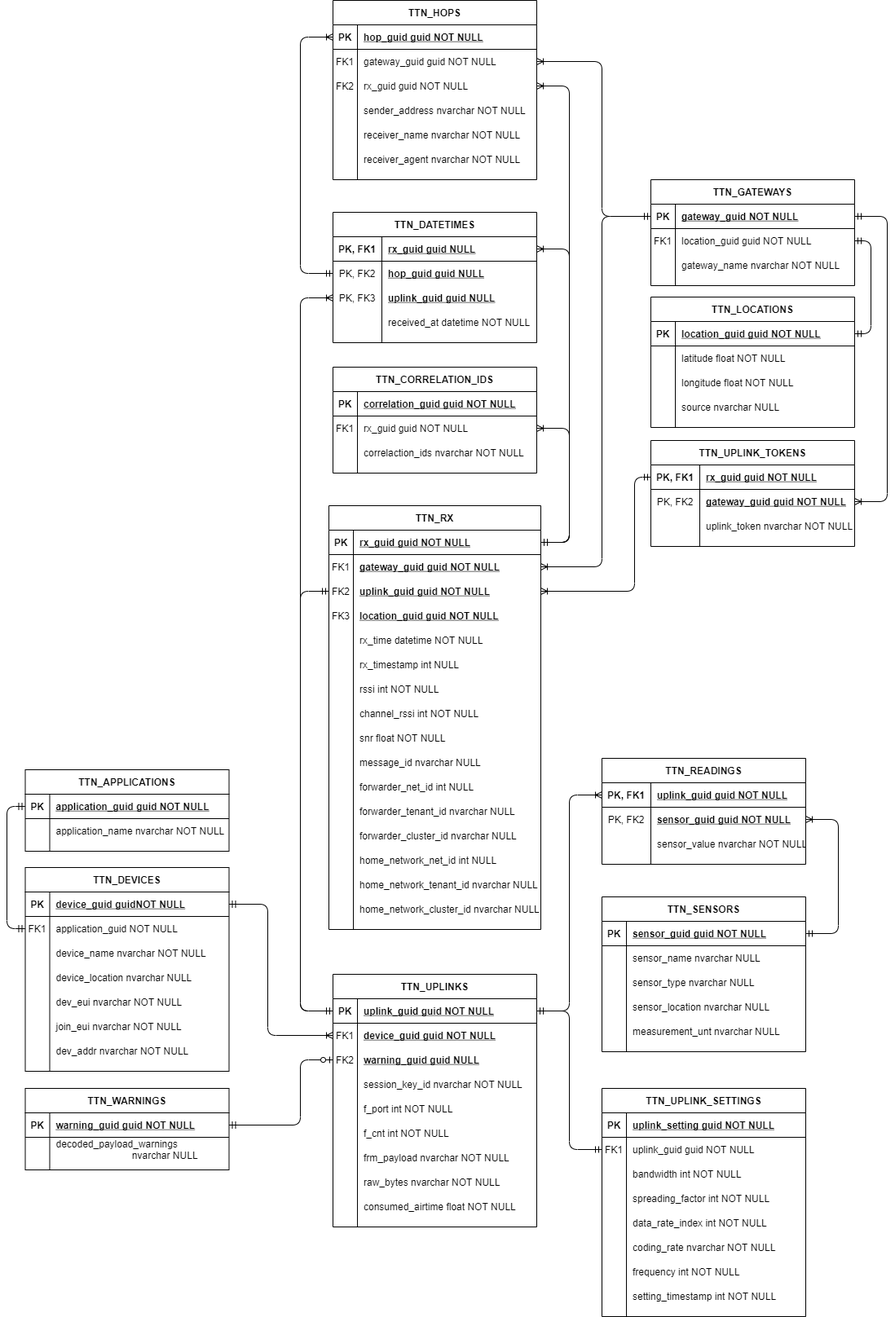
UoS-Living-Lab/living_lab_data_processing keeps this draw.io diagram as TTN/documentation/ERDs-TTN-ERD-FULL.drawio.png. Above is the earlier version. Source tidied: cells renumbered, new cells last; positions are measured from the earlier drawing's top-left corner, leaving out a move shared by most shapes.
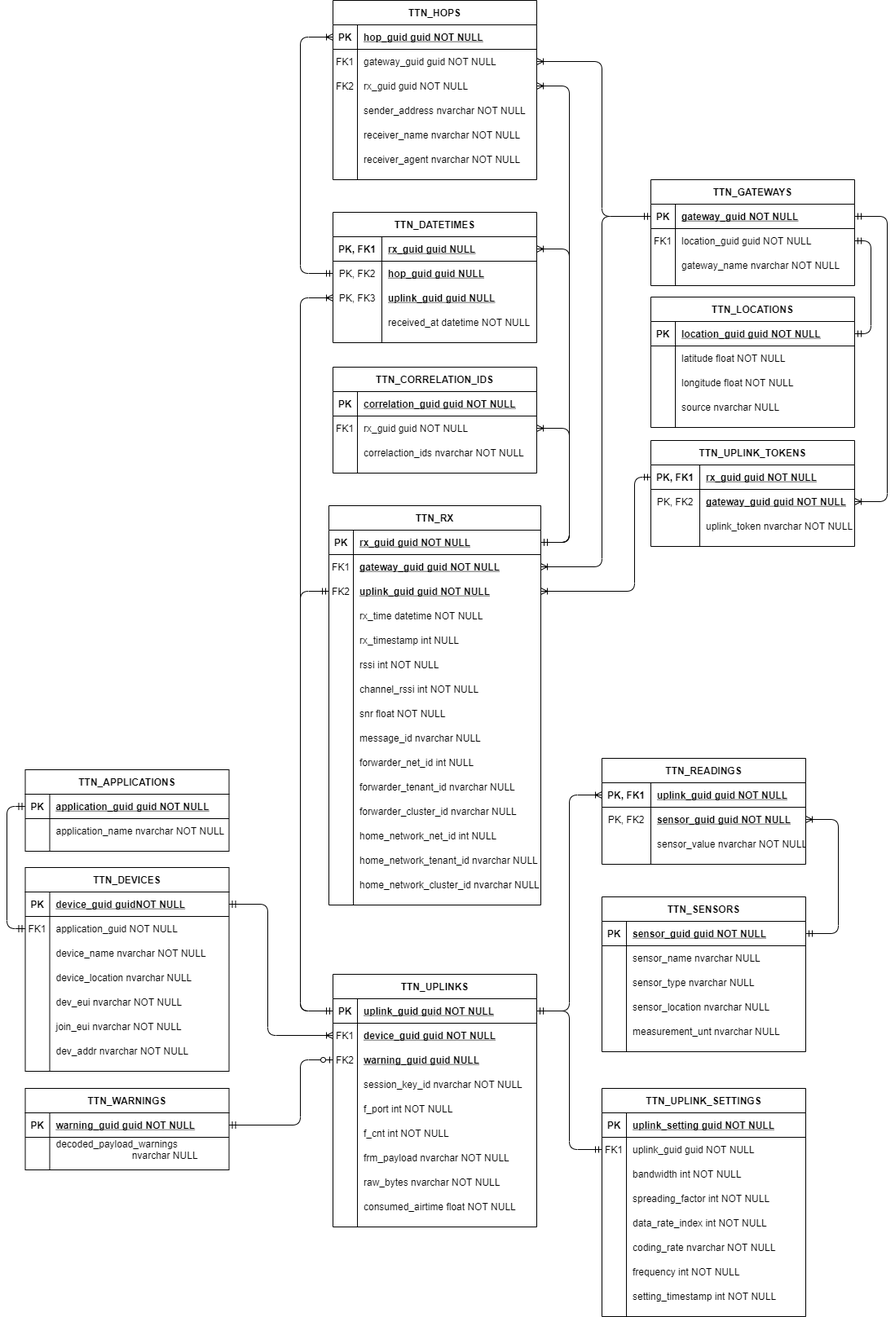
After the commit.

Commit message:
Update ERDs to remove an incorrect entry in RX

Change to the diagram source:
```diff
@@ -169,7 +169,7 @@
       <mxGeometry x="30" width="220" height="30" as="geometry" />
     </mxCell>
     <mxCell id="54" value="TTN_RX" style="shape=table;startSize=30;rowLines=0;fontStyle=1;align=center;" parent="1" vertex="1">
-      <mxGeometry x="395" y="620" width="260" height="520" as="geometry" />
+      <mxGeometry x="395" y="620" width="260" height="490" as="geometry" />
     </mxCell>
     <mxCell id="55" style="shape=partialRectangle;fillColor=none;points=[[0,0.5],[1,0.5]];portConstraint=eastwest;top=0;left=0;right=0;bottom=1;" parent="54" vertex="1">
       <mxGeometry y="30" width="260" height="30" as="geometry" />
@@ -198,17 +198,8 @@
     <mxCell id="63" value="uplink_guid guid NOT NULL" style="shape=partialRectangle;overflow=hidden;fillColor=none;top=0;left=0;bottom=0;right=0;align=left;spacingLeft=6;fontStyle=5;" parent="61" vertex="1">
       <mxGeometry x="30" width="230" height="30" as="geometry" />
     </mxCell>
-    <mxCell id="64" style="shape=partialRectangle;fillColor=none;top=0;left=0;right=0;bottom=0;" parent="54" vertex="1">
-      <mxGeometry y="120" width="260" height="30" as="geometry" />
-    </mxCell>
-    <mxCell id="65" value="FK3" style="shape=partialRectangle;overflow=hidden;fillColor=none;top=0;left=0;bottom=0;right=0;" parent="64" vertex="1">
-      <mxGeometry width="30" height="30" as="geometry" />
-    </mxCell>
-    <mxCell id="66" value="location_guid guid NOT NULL" style="shape=partialRectangle;overflow=hidden;fillColor=none;top=0;left=0;bottom=0;right=0;align=left;spacingLeft=6;fontStyle=5;" parent="64" vertex="1">
-      <mxGeometry x="30" width="230" height="30" as="geometry" />
-    </mxCell>
     <mxCell id="67" style="shape=partialRectangle;fillColor=none;top=0;left=0;right=0;bottom=0;" parent="54" vertex="1">
-      <mxGeometry y="150" width="260" height="30" as="geometry" />
+      <mxGeometry y="120" width="260" height="30" as="geometry" />
     </mxCell>
     <mxCell id="68" style="shape=partialRectangle;overflow=hidden;fillColor=none;top=0;left=0;bottom=0;right=0;" parent="67" vertex="1">
       <mxGeometry width="30" height="30" as="geometry" />
@@ -217,7 +208,7 @@
       <mxGeometry x="30" width="230" height="30" as="geometry" />
     </mxCell>
     <mxCell id="70" style="shape=partialRectangle;fillColor=none;top=0;left=0;right=0;bottom=0;" parent="54" vertex="1">
-      <mxGeometry y="180" width="260" height="30" as="geometry" />
+      <mxGeometry y="150" width="260" height="30" as="geometry" />
     </mxCell>
     <mxCell id="71" style="shape=partialRectangle;overflow=hidden;fillColor=none;top=0;left=0;bottom=0;right=0;" parent="70" vertex="1">
       <mxGeometry width="30" height="30" as="geometry" />
@@ -226,7 +217,7 @@
       <mxGeometry x="30" width="230" height="30" as="geometry" />
     </mxCell>
     <mxCell id="73" style="shape=partialRectangle;fillColor=none;top=0;left=0;right=0;bottom=0;" parent="54" vertex="1">
-      <mxGeometry y="210" width="260" height="30" as="geometry" />
+      <mxGeometry y="180" width="260" height="30" as="geometry" />
     </mxCell>
     <mxCell id="74" style="shape=partialRectangle;overflow=hidden;fillColor=none;top=0;left=0;bottom=0;right=0;" parent="73" vertex="1">
       <mxGeometry width="30" height="30" as="geometry" />
@@ -235,7 +226,7 @@
       <mxGeometry x="30" width="230" height="30" as="geometry" />
     </mxCell>
     <mxCell id="76" style="shape=partialRectangle;fillColor=none;top=0;left=0;right=0;bottom=0;" parent="54" vertex="1">
-      <mxGeometry y="240" width="260" height="30" as="geometry" />
+      <mxGeometry y="210" width="260" height="30" as="geometry" />
     </mxCell>
     <mxCell id="77" style="shape=partialRectangle;overflow=hidden;fillColor=none;top=0;left=0;bottom=0;right=0;" parent="76" vertex="1">
       <mxGeometry width="30" height="30" as="geometry" />
@@ -244,7 +235,7 @@
       <mxGeometry x="30" width="230" height="30" as="geometry" />
     </mxCell>
     <mxCell id="79" style="shape=partialRectangle;fillColor=none;top=0;left=0;right=0;bottom=0;" parent="54" vertex="1">
-      <mxGeometry y="270" width="260" height="30" as="geometry" />
+      <mxGeometry y="240" width="260" height="30" as="geometry" />
     </mxCell>
     <mxCell id="80" style="shape=partialRectangle;overflow=hidden;fillColor=none;top=0;left=0;bottom=0;right=0;" parent="79" vertex="1">
       <mxGeometry width="30" height="30" as="geometry" />
@@ -253,7 +244,7 @@
       <mxGeometry x="30" width="230" height="30" as="geometry" />
     </mxCell>
     <mxCell id="82" style="shape=partialRectangle;fillColor=none;top=0;left=0;right=0;bottom=0;" parent="54" vertex="1">
-      <mxGeometry y="300" width="260" height="30" as="geometry" />
+      <mxGeometry y="270" width="260" height="30" as="geometry" />
     </mxCell>
     <mxCell id="83" style="shape=partialRectangle;overflow=hidden;fillColor=none;top=0;left=0;bottom=0;right=0;" parent="82" vertex="1">
       <mxGeometry width="30" height="30" as="geometry" />
@@ -262,7 +253,7 @@
       <mxGeometry x="30" width="230" height="30" as="geometry" />
     </mxCell>
     <mxCell id="85" style="shape=partialRectangle;fillColor=none;top=0;left=0;right=0;bottom=0;" parent="54" vertex="1">
-      <mxGeometry y="330" width="260" height="30" as="geometry" />
+      <mxGeometry y="300" width="260" height="30" as="geometry" />
     </mxCell>
     <mxCell id="86" style="shape=partialRectangle;overflow=hidden;fillColor=none;top=0;left=0;bottom=0;right=0;" parent="85" vertex="1">
       <mxGeometry width="30" height="30" as="geometry" />
@@ -271,7 +262,7 @@
       <mxGeometry x="30" width="230" height="30" as="geometry" />
     </mxCell>
     <mxCell id="88" style="shape=partialRectangle;fillColor=none;top=0;left=0;right=0;bottom=0;" parent="54" vertex="1">
-      <mxGeometry y="360" width="260" height="30" as="geometry" />
+      <mxGeometry y="330" width="260" height="30" as="geometry" />
     </mxCell>
     <mxCell id="89" style="shape=partialRectangle;overflow=hidden;fillColor=none;top=0;left=0;bottom=0;right=0;" parent="88" vertex="1">
       <mxGeometry width="30" height="30" as="geometry" />
@@ -280,7 +271,7 @@
       <mxGeometry x="30" width="230" height="30" as="geometry" />
     </mxCell>
     <mxCell id="91" style="shape=partialRectangle;fillColor=none;top=0;left=0;right=0;bottom=0;" parent="54" vertex="1">
-      <mxGeometry y="390" width="260" height="30" as="geometry" />
+      <mxGeometry y="360" width="260" height="30" as="geometry" />
     </mxCell>
     <mxCell id="92" style="shape=partialRectangle;overflow=hidden;fillColor=none;top=0;left=0;bottom=0;right=0;" parent="91" vertex="1">
       <mxGeometry width="30" height="30" as="geometry" />
@@ -289,7 +280,7 @@
       <mxGeometry x="30" width="230" height="30" as="geometry" />
     </mxCell>
     <mxCell id="94" style="shape=partialRectangle;fillColor=none;top=0;left=0;right=0;bottom=0;" parent="54" vertex="1">
-      <mxGeometry y="420" width="260" height="30" as="geometry" />
+      <mxGeometry y="390" width="260" height="30" as="geometry" />
     </mxCell>
     <mxCell id="95" style="shape=partialRectangle;overflow=hidden;fillColor=none;top=0;left=0;bottom=0;right=0;" parent="94" vertex="1">
       <mxGeometry width="30" height="30" as="geometry" />
@@ -298,7 +289,7 @@
       <mxGeometry x="30" width="230" height="30" as="geometry" />
     </mxCell>
     <mxCell id="97" style="shape=partialRectangle;fillColor=none;top=0;left=0;right=0;bottom=0;" parent="54" vertex="1">
-      <mxGeometry y="450" width="260" height="30" as="geometry" />
+      <mxGeometry y="420" width="260" height="30" as="geometry" />
     </mxCell>
     <mxCell id="98" style="shape=partialRectangle;overflow=hidden;fillColor=none;top=0;left=0;bottom=0;right=0;" parent="97" vertex="1">
       <mxGeometry width="30" height="30" as="geometry" />
@@ -307,7 +298,7 @@
       <mxGeometry x="30" width="230" height="30" as="geometry" />
     </mxCell>
     <mxCell id="100" style="shape=partialRectangle;fillColor=none;top=0;left=0;right=0;bottom=0;" parent="54" vertex="1">
-      <mxGeometry y="480" width="260" height="30" as="geometry" />
+      <mxGeometry y="450" width="260" height="30" as="geometry" />
     </mxCell>
     <mxCell id="101" style="shape=partialRectangle;overflow=hidden;fillColor=none;top=0;left=0;bottom=0;right=0;" parent="100" vertex="1">
       <mxGeometry width="30" height="30" as="geometry" />
```
